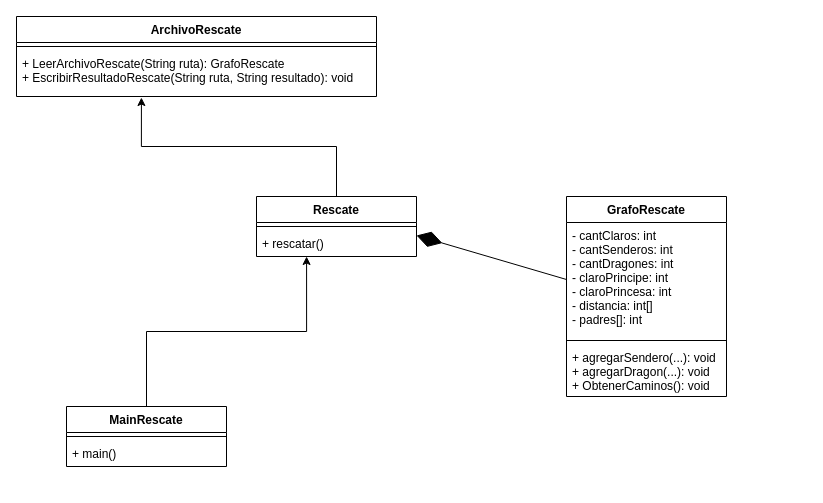
The draw.io diagram src/main/java/ejercicios_OIA/rescatandoALaPrincesa/RescatandoALaPrincesaUML.drawio in 0ADT/ProgramacionAvanzadaUNLaM2022, before the edit. Source tidied: cells renumbered, new cells numbered last; positions are measured from the earlier drawing's top-left corner, leaving out a move shared by most shapes. Both pictures are drawn from the tidied source at 100%, with x=0, y=0 at pixel (16, 16).
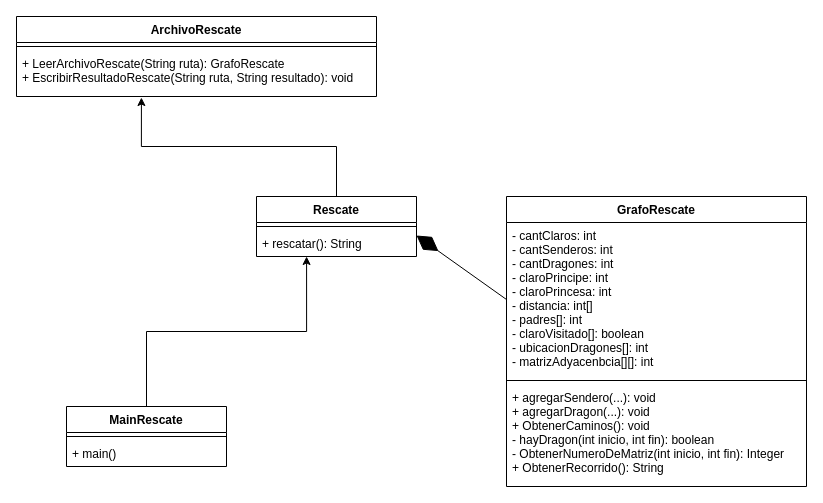
The same diagram, later.

Diff of the diagram source:
```diff
@@
 <mxGraphModel>
   <root>
     <mxCell id="0" />
     <mxCell id="1" parent="0" />
     <mxCell id="2" value="ArchivoRescate" style="swimlane;fontStyle=1;align=center;verticalAlign=top;horizontal=1;startSize=26;" parent="1" vertex="1">
       <mxGeometry width="360" height="80" as="geometry" />
     </mxCell>
     <mxCell id="3" style="line;strokeWidth=1;fillColor=none;align=left;verticalAlign=middle;spacingTop=-1;spacingLeft=3;spacingRight=3;labelPosition=right;" parent="2" vertex="1">
       <mxGeometry y="26" width="360" height="8" as="geometry" />
     </mxCell>
     <mxCell id="4" value="+ LeerArchivoRescate(String ruta): GrafoRescate&#10;+ EscribirResultadoRescate(String ruta, String resultado): void" style="text;strokeColor=none;fillColor=none;align=left;verticalAlign=top;spacingLeft=4;spacingRight=4;overflow=hidden;points=[[0,0.5],[1,0.5]];portConstraint=eastwest;" parent="2" vertex="1">
       <mxGeometry y="34" width="360" height="46" as="geometry" />
     </mxCell>
     <mxCell id="5" value="GrafoRescate" style="swimlane;fontStyle=1;align=center;verticalAlign=top;horizontal=1;startSize=26;" parent="1" vertex="1">
-      <mxGeometry x="550" y="180" width="160" height="200" as="geometry" />
+      <mxGeometry x="490" y="180" width="300" height="290" as="geometry" />
     </mxCell>
-    <mxCell id="6" value="- cantClaros: int&#10;- cantSenderos: int&#10;- cantDragones: int&#10;- claroPrincipe: int&#10;- claroPrincesa: int&#10;- distancia: int[]&#10;- padres[]: int" style="text;strokeColor=none;fillColor=none;align=left;verticalAlign=top;spacingLeft=4;spacingRight=4;overflow=hidden;points=[[0,0.5],[1,0.5]];portConstraint=eastwest;" parent="5" vertex="1">
-      <mxGeometry y="26" width="160" height="114" as="geometry" />
+    <mxCell id="6" value="- cantClaros: int&#10;- cantSenderos: int&#10;- cantDragones: int&#10;- claroPrincipe: int&#10;- claroPrincesa: int&#10;- distancia: int[]&#10;- padres[]: int&#10;- claroVisitado[]: boolean&#10;- ubicacionDragones[]: int&#10;- matrizAdyacenbcia[][]: int" style="text;strokeColor=none;fillColor=none;align=left;verticalAlign=top;spacingLeft=4;spacingRight=4;overflow=hidden;points=[[0,0.5],[1,0.5]];portConstraint=eastwest;" parent="5" vertex="1">
+      <mxGeometry y="26" width="300" height="154" as="geometry" />
     </mxCell>
     <mxCell id="7" style="line;strokeWidth=1;fillColor=none;align=left;verticalAlign=middle;spacingTop=-1;spacingLeft=3;spacingRight=3;labelPosition=right;" parent="5" vertex="1">
-      <mxGeometry y="140" width="160" height="8" as="geometry" />
+      <mxGeometry y="180" width="300" height="8" as="geometry" />
     </mxCell>
-    <mxCell id="8" value="+ agregarSendero(...): void&#10;+ agregarDragon(...): void&#10;+ ObtenerCaminos(): void" style="text;strokeColor=none;fillColor=none;align=left;verticalAlign=top;spacingLeft=4;spacingRight=4;overflow=hidden;" parent="5" vertex="1">
-      <mxGeometry y="148" width="160" height="52" as="geometry" />
+    <mxCell id="8" value="+ agregarSendero(...): void&#10;+ agregarDragon(...): void&#10;+ ObtenerCaminos(): void&#10;- hayDragon(int inicio, int fin): boolean&#10;- ObtenerNumeroDeMatriz(int inicio, int fin): Integer&#10;+ ObtenerRecorrido(): String" style="text;strokeColor=none;fillColor=none;align=left;verticalAlign=top;spacingLeft=4;spacingRight=4;overflow=hidden;" parent="5" vertex="1">
+      <mxGeometry y="188" width="300" height="102" as="geometry" />
     </mxCell>
     <mxCell id="9" style="edgeStyle=orthogonalEdgeStyle;rounded=0;jettySize=auto;html=1;entryX=0.313;entryY=1;entryDx=0;entryDy=0;entryPerimeter=0;" parent="1" edge="1" source="10" target="16">
       <mxGeometry relative="1" as="geometry" />
     </mxCell>
     <mxCell id="10" value="MainRescate" style="swimlane;fontStyle=1;align=center;verticalAlign=top;horizontal=1;startSize=26;" parent="1" vertex="1">
       <mxGeometry x="50" y="390" width="160" height="60" as="geometry" />
     </mxCell>
     <mxCell id="11" style="line;strokeWidth=1;fillColor=none;align=left;verticalAlign=middle;spacingTop=-1;spacingLeft=3;spacingRight=3;labelPosition=right;" parent="10" vertex="1">
       <mxGeometry y="26" width="160" height="8" as="geometry" />
     </mxCell>
     <mxCell id="12" value="+ main()" style="text;strokeColor=none;fillColor=none;align=left;verticalAlign=top;spacingLeft=4;spacingRight=4;overflow=hidden;" parent="10" vertex="1">
       <mxGeometry y="34" width="160" height="26" as="geometry" />
     </mxCell>
     <mxCell id="13" style="edgeStyle=orthogonalEdgeStyle;rounded=0;jettySize=auto;html=1;entryX=0.347;entryY=1.022;entryDx=0;entryDy=0;entryPerimeter=0;" parent="1" edge="1" source="14" target="4">
       <mxGeometry relative="1" as="geometry" />
     </mxCell>
     <mxCell id="14" value="Rescate" style="swimlane;fontStyle=1;align=center;verticalAlign=top;horizontal=1;startSize=26;" parent="1" vertex="1">
       <mxGeometry x="240" y="180" width="160" height="60" as="geometry" />
     </mxCell>
     <mxCell id="15" style="line;strokeWidth=1;fillColor=none;align=left;verticalAlign=middle;spacingTop=-1;spacingLeft=3;spacingRight=3;labelPosition=right;" parent="14" vertex="1">
       <mxGeometry y="26" width="160" height="8" as="geometry" />
     </mxCell>
-    <mxCell id="16" value="+ rescatar()" style="text;strokeColor=none;fillColor=none;align=left;verticalAlign=top;spacingLeft=4;spacingRight=4;overflow=hidden;points=[[0,0.5],[1,0.5]];portConstraint=eastwest;" parent="14" vertex="1">
+    <mxCell id="16" value="+ rescatar(): String" style="text;strokeColor=none;fillColor=none;align=left;verticalAlign=top;spacingLeft=4;spacingRight=4;overflow=hidden;points=[[0,0.5],[1,0.5]];portConstraint=eastwest;" parent="14" vertex="1">
       <mxGeometry y="34" width="160" height="26" as="geometry" />
     </mxCell>
     <mxCell id="17" style="endArrow=diamondThin;endFill=1;endSize=24;html=1;rounded=0;entryX=1;entryY=0.5;entryDx=0;entryDy=0;exitX=0;exitY=0.5;exitDx=0;exitDy=0;" parent="1" edge="1" source="6">
       <mxGeometry relative="1" as="geometry">
         <mxPoint x="400" y="219" as="targetPoint" />
       </mxGeometry>
     </mxCell>
   </root>
 </mxGraphModel>
```
